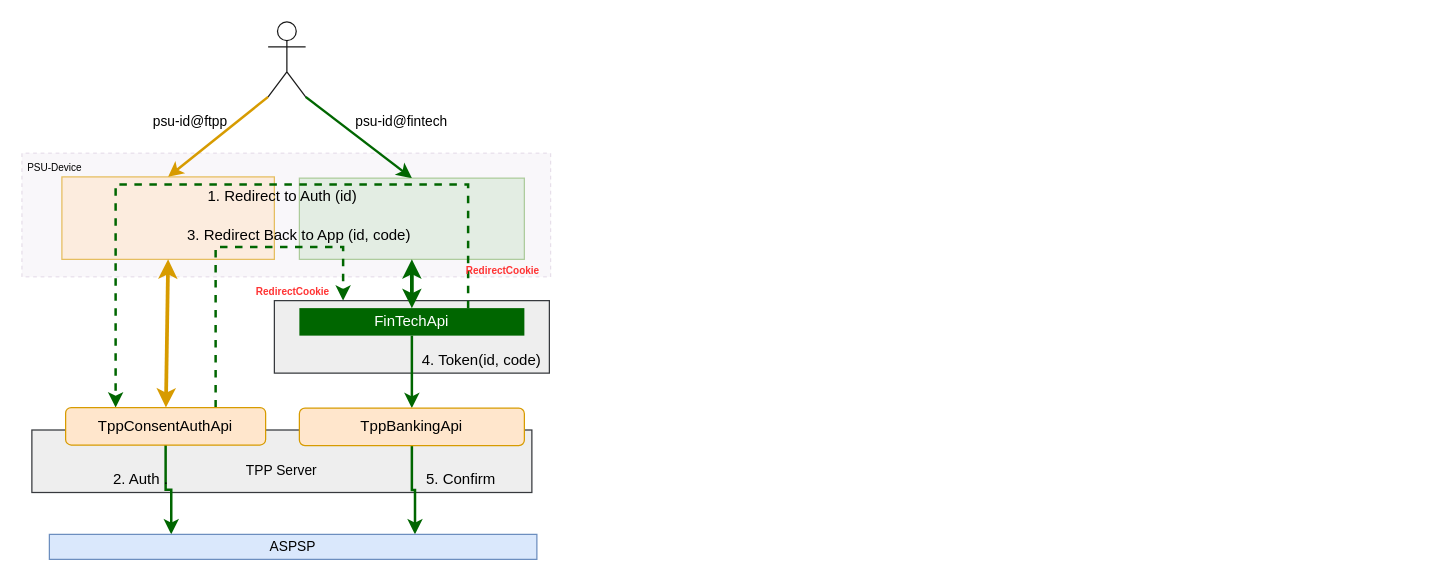
The draw.io diagram page "RedirectAbstract" (5 of 11) of docs/architecture/big-picture.drawio in adorsys/open-banking-gateway, before the edit. Source tidied: cells renumbered, new cells numbered last; positions are measured from the earlier drawing's top-left corner, leaving out a move shared by most shapes. Both pictures are drawn from the tidied source at 125%, with x=0, y=0 at pixel (-161, -50).
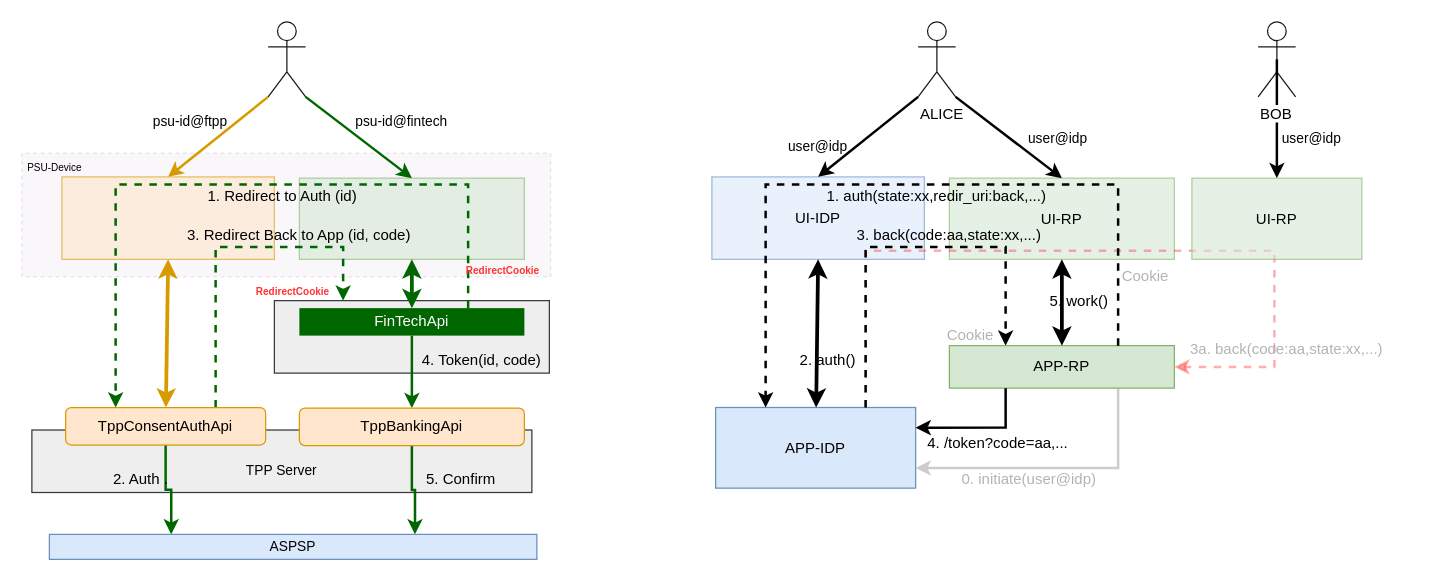
Above is the later version.

What changed in the source:
```diff
@@
     <mxCell id="11" style="edgeStyle=orthogonalEdgeStyle;rounded=0;orthogonalLoop=1;jettySize=auto;html=1;exitX=0.25;exitY=0;exitDx=0;exitDy=0;entryX=0.25;entryY=0;entryDx=0;entryDy=0;startArrow=none;startFill=0;endArrow=classic;endFill=1;strokeColor=#006600;strokeWidth=2;fontSize=12;fontColor=#FF0000;dashed=1;" parent="1" edge="1">
       <mxGeometry relative="1" as="geometry">
-        <mxPoint x="-0.2" y="420.4" as="targetPoint" />
+        <mxPoint x="279.8" y="393.4" as="targetPoint" />
       </mxGeometry>
     </mxCell>
@@
+    <mxCell id="32" value="UI-IDP" style="rounded=0;whiteSpace=wrap;html=1;fillColor=#dae8fc;strokeColor=#6c8ebf;opacity=60;" parent="1" vertex="1">
+      <mxGeometry x="698" y="181" width="170" height="66" as="geometry" />
+    </mxCell>
+    <mxCell id="33" value="UI-RP" style="rounded=0;whiteSpace=wrap;html=1;fillColor=#d5e8d4;strokeColor=#82b366;opacity=60;" parent="1" vertex="1">
+      <mxGeometry x="888" y="182" width="180" height="65" as="geometry" />
+    </mxCell>
+    <mxCell id="34" style="edgeStyle=orthogonalEdgeStyle;rounded=0;jettySize=auto;html=1;exitX=0.75;exitY=1;exitDx=0;exitDy=0;entryX=1;entryY=0.75;entryDx=0;entryDy=0;strokeColor=#CCCCCC;strokeWidth=2;fontColor=#B3B3B3;" parent="1" edge="1" source="35" target="37">
+      <mxGeometry relative="1" as="geometry" />
+    </mxCell>
+    <mxCell id="35" value="APP-RP" style="rounded=0;whiteSpace=wrap;html=1;rotation=0;fillColor=#d5e8d4;strokeColor=#82b366;" parent="1" vertex="1">
+      <mxGeometry x="888" y="316" width="180" height="34" as="geometry" />
+    </mxCell>
+    <mxCell id="36" style="edgeStyle=orthogonalEdgeStyle;rounded=0;jettySize=auto;html=1;exitX=0.75;exitY=0;exitDx=0;exitDy=0;entryX=1;entryY=0.5;entryDx=0;entryDy=0;strokeColor=#FF3333;strokeWidth=2;fontColor=#B3B3B3;dashed=1;opacity=40;" parent="1" edge="1" source="37" target="35">
+      <mxGeometry relative="1" as="geometry">
+        <Array as="points">
+          <mxPoint x="821" y="240" />
+          <mxPoint x="1148" y="240" />
+          <mxPoint x="1148" y="333" />
+        </Array>
+      </mxGeometry>
+    </mxCell>
+    <mxCell id="37" value="APP-IDP" style="rounded=0;whiteSpace=wrap;html=1;rotation=0;fillColor=#dae8fc;strokeColor=#6c8ebf;strokeWidth=1;" parent="1" vertex="1">
+      <mxGeometry x="701" y="365.5" width="160" height="64.5" as="geometry" />
+    </mxCell>
+    <mxCell id="38" style="edgeStyle=none;rounded=0;jettySize=auto;html=1;exitX=0.5;exitY=1;exitDx=0;exitDy=0;startArrow=classic;startFill=1;endArrow=classic;endFill=1;strokeColor=#000000;strokeWidth=3;fontSize=12;fontColor=#000000;" parent="1" edge="1" source="32" target="37">
+      <mxGeometry relative="1" as="geometry" />
+    </mxCell>
+    <mxCell id="39" style="edgeStyle=orthogonalEdgeStyle;rounded=0;jettySize=auto;html=1;exitX=0.75;exitY=0;exitDx=0;exitDy=0;entryX=0.25;entryY=0;entryDx=0;entryDy=0;startArrow=none;startFill=0;endArrow=classic;endFill=1;strokeColor=#000000;strokeWidth=2;fontSize=12;fontColor=#FF0000;dashed=1;" parent="1" edge="1" source="35" target="37">
+      <mxGeometry relative="1" as="geometry">
+        <Array as="points">
+          <mxPoint x="1023" y="187" />
+          <mxPoint x="741" y="187" />
+        </Array>
+      </mxGeometry>
+    </mxCell>
+    <mxCell id="40" value="1. auth(state:xx,redir_uri:back,...)" style="text;html=1;strokeColor=none;fillColor=none;align=center;verticalAlign=middle;whiteSpace=wrap;rounded=0;fontSize=12;fontColor=#000000;opacity=20;" parent="1" vertex="1">
+      <mxGeometry x="768" y="187" width="220" height="20" as="geometry" />
+    </mxCell>
+    <mxCell id="41" value="3. back(code:aa,state:xx,...)" style="text;html=1;strokeColor=none;fillColor=none;align=center;verticalAlign=middle;whiteSpace=wrap;rounded=0;fontSize=12;fontColor=#000000;opacity=20;" parent="1" vertex="1">
+      <mxGeometry x="778" y="217" width="220" height="22" as="geometry" />
+    </mxCell>
+    <mxCell id="42" value="4. /token?code=aa,..." style="text;html=1;strokeColor=none;fillColor=none;align=center;verticalAlign=middle;whiteSpace=wrap;rounded=0;fontSize=12;fontColor=#000000;opacity=20;" parent="1" vertex="1">
+      <mxGeometry x="861" y="383.5" width="132" height="20" as="geometry" />
+    </mxCell>
+    <mxCell id="43" style="edgeStyle=orthogonalEdgeStyle;rounded=0;jettySize=auto;html=1;exitX=0.25;exitY=1;exitDx=0;exitDy=0;entryX=1;entryY=0.25;entryDx=0;entryDy=0;strokeColor=#000000;strokeWidth=2;" parent="1" edge="1" source="35" target="37">
+      <mxGeometry relative="1" as="geometry" />
+    </mxCell>
+    <mxCell id="44" style="rounded=0;jettySize=auto;html=1;exitX=0.5;exitY=1;exitDx=0;exitDy=0;entryX=0.5;entryY=0;entryDx=0;entryDy=0;startArrow=classic;startFill=1;endArrow=classic;endFill=1;strokeColor=#000000;strokeWidth=3;fontSize=12;fontColor=#000000;" parent="1" edge="1" source="33" target="35">
+      <mxGeometry relative="1" as="geometry" />
+    </mxCell>
+    <mxCell id="45" style="edgeStyle=none;rounded=0;jettySize=auto;html=1;exitX=1;exitY=1;exitDx=0;exitDy=0;exitPerimeter=0;entryX=0.5;entryY=0;entryDx=0;entryDy=0;startArrow=none;startFill=0;endArrow=classic;endFill=1;strokeColor=#000000;strokeWidth=2;fontSize=12;fontColor=#000000;" parent="1" edge="1" source="47" target="33">
+      <mxGeometry relative="1" as="geometry" />
+    </mxCell>
+    <mxCell id="46" style="edgeStyle=none;rounded=0;jettySize=auto;html=1;exitX=0;exitY=1;exitDx=0;exitDy=0;exitPerimeter=0;entryX=0.5;entryY=0;entryDx=0;entryDy=0;startArrow=none;startFill=0;endArrow=classic;endFill=1;strokeColor=#000000;strokeWidth=2;fontSize=12;fontColor=#000000;" parent="1" edge="1" source="47" target="32">
+      <mxGeometry relative="1" as="geometry" />
+    </mxCell>
+    <mxCell id="47" value="ALICE" style="shape=umlActor;verticalLabelPosition=bottom;labelBackgroundColor=#ffffff;verticalAlign=top;html=1;outlineConnect=0;strokeColor=#000000;strokeWidth=1;fontSize=12;fontColor=#000000;opacity=90;align=left;" parent="1" vertex="1">
+      <mxGeometry x="863" y="57" width="30" height="60" as="geometry" />
+    </mxCell>
+    <mxCell id="48" value="user@idp" style="text;html=1;strokeColor=none;fillColor=none;align=center;verticalAlign=middle;whiteSpace=wrap;rounded=0;fontSize=11;fontColor=#000000;" parent="1" vertex="1">
+      <mxGeometry x="932" y="140" width="86" height="20" as="geometry" />
+    </mxCell>
+    <mxCell id="49" value="user@idp" style="text;html=1;strokeColor=none;fillColor=none;align=center;verticalAlign=middle;whiteSpace=wrap;rounded=0;fontSize=11;fontColor=#000000;" parent="1" vertex="1">
+      <mxGeometry x="740" y="147" width="86" height="20" as="geometry" />
+    </mxCell>
+    <mxCell id="50" value="2. auth()" style="text;html=1;strokeColor=none;fillColor=none;align=center;verticalAlign=middle;whiteSpace=wrap;rounded=0;fontSize=12;fontColor=#000000;opacity=20;" parent="1" vertex="1">
+      <mxGeometry x="754" y="318" width="74" height="20" as="geometry" />
+    </mxCell>
+    <mxCell id="51" value="5. work()" style="text;html=1;strokeColor=none;fillColor=none;align=center;verticalAlign=middle;whiteSpace=wrap;rounded=0;fontSize=12;fontColor=#000000;opacity=20;" parent="1" vertex="1">
+      <mxGeometry x="955" y="271" width="74" height="20" as="geometry" />
+    </mxCell>
+    <mxCell id="52" value="Cookie" style="text;html=1;strokeColor=none;fillColor=none;align=center;verticalAlign=middle;whiteSpace=wrap;rounded=0;fontSize=12;fontColor=#B3B3B3;opacity=20;" parent="1" vertex="1">
+      <mxGeometry x="1008" y="251" width="74" height="20" as="geometry" />
+    </mxCell>
+    <mxCell id="53" value="Cookie" style="text;html=1;strokeColor=none;fillColor=none;align=center;verticalAlign=middle;whiteSpace=wrap;rounded=0;fontSize=12;fontColor=#B3B3B3;opacity=20;" parent="1" vertex="1">
+      <mxGeometry x="868" y="298" width="74" height="20" as="geometry" />
+    </mxCell>
+    <mxCell id="54" value="0. initiate(user@idp)" style="text;html=1;strokeColor=none;fillColor=none;align=center;verticalAlign=middle;whiteSpace=wrap;rounded=0;fontSize=12;fontColor=#B3B3B3;opacity=20;" parent="1" vertex="1">
+      <mxGeometry x="876" y="412.5" width="152" height="20" as="geometry" />
+    </mxCell>
+    <mxCell id="55" value="UI-RP" style="rounded=0;whiteSpace=wrap;html=1;fillColor=#d5e8d4;strokeColor=#82b366;opacity=60;" parent="1" vertex="1">
+      <mxGeometry x="1082" y="182" width="136" height="65" as="geometry" />
+    </mxCell>
+    <mxCell id="56" style="edgeStyle=orthogonalEdgeStyle;rounded=0;jettySize=auto;html=1;exitX=0.5;exitY=0.5;exitDx=0;exitDy=0;exitPerimeter=0;strokeColor=#000000;strokeWidth=2;fontColor=#B3B3B3;" parent="1" edge="1" source="57" target="55">
+      <mxGeometry relative="1" as="geometry" />
+    </mxCell>
+    <mxCell id="57" value="BOB" style="shape=umlActor;verticalLabelPosition=bottom;labelBackgroundColor=#ffffff;verticalAlign=top;html=1;outlineConnect=0;strokeColor=#000000;strokeWidth=1;fontSize=12;fontColor=#000000;opacity=90;align=left;" parent="1" vertex="1">
+      <mxGeometry x="1135" y="57" width="30" height="60" as="geometry" />
+    </mxCell>
+    <mxCell id="58" style="edgeStyle=orthogonalEdgeStyle;rounded=0;jettySize=auto;html=1;exitX=0.75;exitY=0;exitDx=0;exitDy=0;entryX=0.25;entryY=0;entryDx=0;entryDy=0;startArrow=none;startFill=0;endArrow=classic;endFill=1;strokeColor=#000000;strokeWidth=2;fontSize=12;fontColor=#FF0000;dashed=1;" parent="1" edge="1" source="37" target="35">
+      <mxGeometry relative="1" as="geometry">
+        <Array as="points">
+          <mxPoint x="821" y="237" />
+          <mxPoint x="933" y="237" />
+        </Array>
+      </mxGeometry>
+    </mxCell>
+    <mxCell id="59" value="3a. back(code:aa,state:xx,...)" style="text;html=1;strokeColor=none;fillColor=none;align=center;verticalAlign=middle;whiteSpace=wrap;rounded=0;fontSize=12;fontColor=#B3B3B3;opacity=20;" parent="1" vertex="1">
+      <mxGeometry x="1048" y="308" width="220" height="22" as="geometry" />
+    </mxCell>
+    <mxCell id="60" value="user@idp" style="text;html=1;strokeColor=none;fillColor=none;align=center;verticalAlign=middle;whiteSpace=wrap;rounded=0;fontSize=11;fontColor=#000000;" parent="1" vertex="1">
+      <mxGeometry x="1135" y="140" width="86" height="20" as="geometry" />
+    </mxCell>
```
